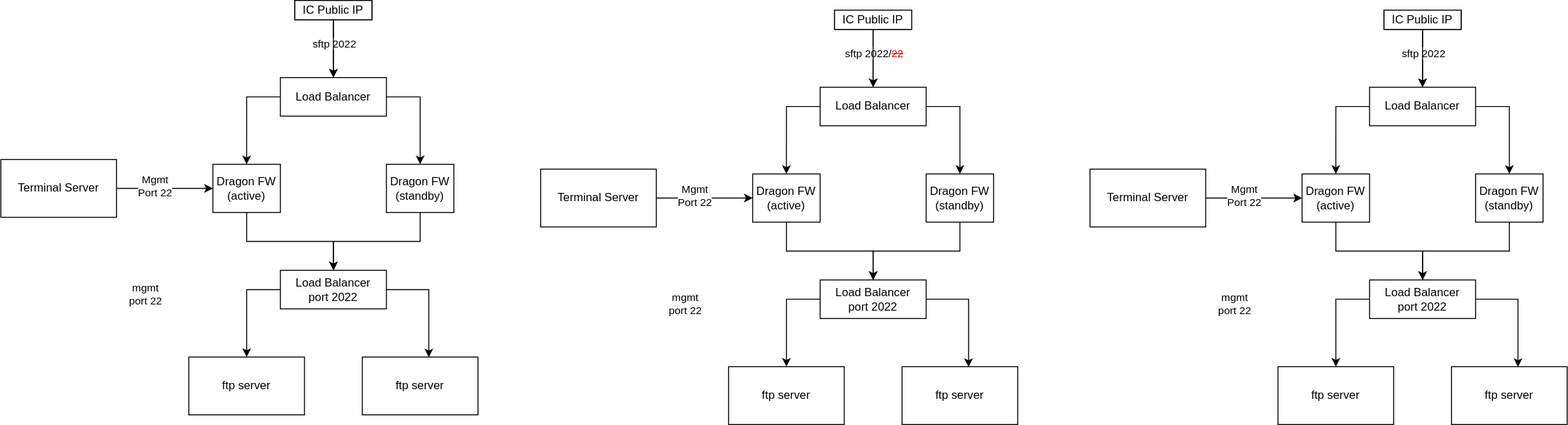
Above: ftpport22.svg in vjavle/invoicecloud (draw.io), before the change. Source tidied: cells renumbered, new cells last; positions are measured from the earlier drawing's top-left corner, leaving out a move shared by most shapes.
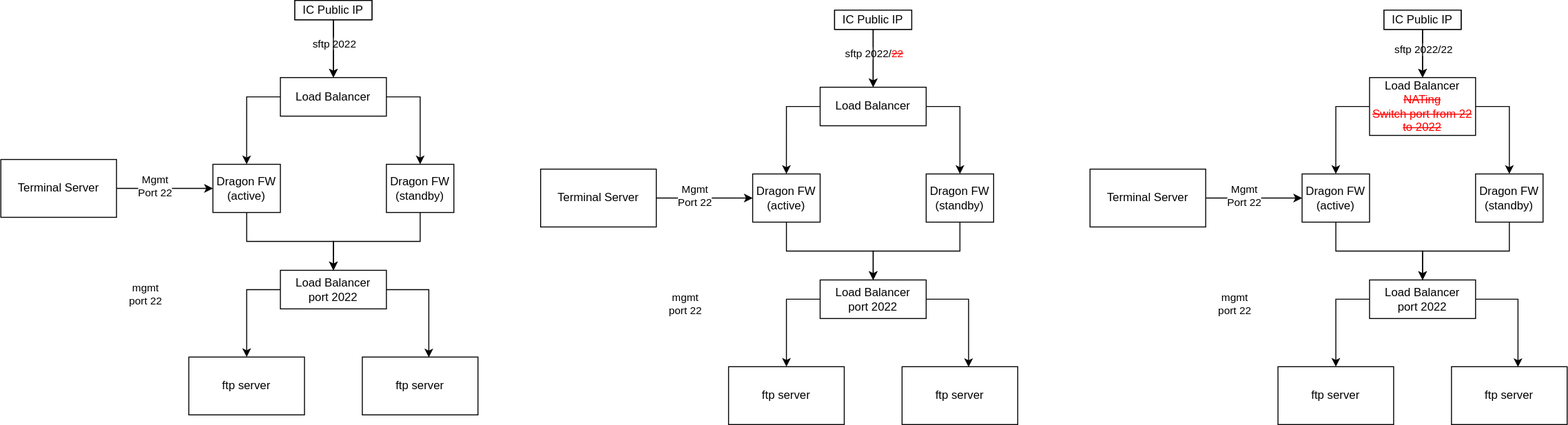
After the change.

Change to the diagram source:
```diff
@@ -185,11 +185,11 @@
         <mxPoint x="1475" y="30" as="targetPoint" />
       </mxGeometry>
     </mxCell>
-    <mxCell id="57" value="sftp 2022" style="edgeLabel;html=1;align=center;verticalAlign=middle;" parent="56" vertex="1">
+    <mxCell id="57" value="sftp 2022/22" style="edgeLabel;html=1;align=center;verticalAlign=middle;" parent="56" vertex="1">
       <mxGeometry x="0.17" y="-1" relative="1" as="geometry" />
     </mxCell>
-    <mxCell id="58" value="Load Balancer" style="rounded=0;whiteSpace=wrap;html=1;" parent="1" vertex="1">
-      <mxGeometry x="1420" y="90" width="110" height="40" as="geometry" />
+    <mxCell id="58" value="Load Balancer&lt;br&gt;&lt;font color=&quot;#ff0000&quot;&gt;&lt;strike&gt;NATing&lt;br&gt;Switch port from 22 to 2022&lt;/strike&gt;&lt;/font&gt;" style="rounded=0;whiteSpace=wrap;html=1;" parent="1" vertex="1">
+      <mxGeometry x="1420" y="80" width="110" height="60" as="geometry" />
     </mxCell>
     <mxCell id="59" style="edgeStyle=orthogonalEdgeStyle;rounded=0;jettySize=auto;html=1;startArrow=none;startFill=0;endArrow=classic;endFill=1;" parent="1" edge="1" source="60" target="53">
       <mxGeometry relative="1" as="geometry" />
```
